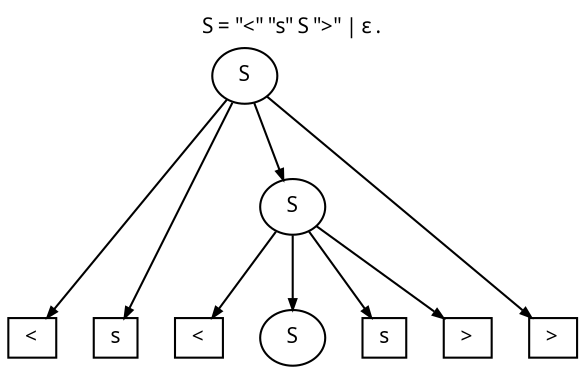
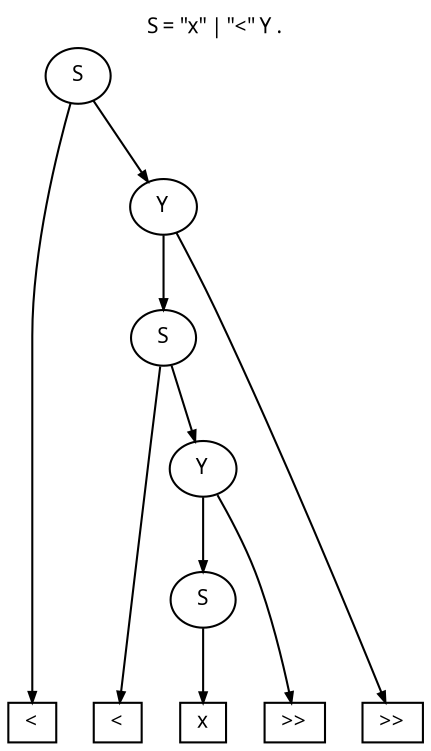
digraph Derivations {
  fontname = Menlo
  fontsize = 10
  node [fontname = Menlo, fontsize = 10]
  edge [arrowsize = 0.5]
  rankdir = TB
  ordering = out
  labelloc = t
-   label = <S = "&lt;" "s" S "&gt;" | ε .>
+   label = <S = "x" | "&lt;" Y .>
  n0 [shape = ellipse, width=0.0, height=0.0, label = <S>]
  n1 [shape = box, width=0.0, height=0.0, label = <&lt;>]
  n0 -> n1
-   n2 [shape = box, width=0.0, height=0.0, label = <s>]
-   n0 -> n2
+   n2 [shape = ellipse, width=0.0, height=0.0, label = <Y>]
  n3 [shape = ellipse, width=0.0, height=0.0, label = <S>]
  n4 [shape = box, width=0.0, height=0.0, label = <&lt;>]
  n3 -> n4
-   n5 [shape = box, width=0.0, height=0.0, label = <s>]
+   n5 [shape = ellipse, width=0.0, height=0.0, label = <Y>]
+   n6 [shape = ellipse, width=0.0, height=0.0, label = <S>]
+   n7 [shape = box, width=0.0, height=0.0, label = <x>]
+   n6 -> n7
+   n5 -> n6
+   n8 [shape = box, width=0.0, height=0.0, label = <&gt;&gt;>]
+   n5 -> n8
  n3 -> n5
-   n6 [shape = ellipse, width=0.0, height=0.0, label = <S>]
-   n3 -> n6
-   n7 [shape = box, width=0.0, height=0.0, label = <&gt;>]
-   n3 -> n7
-   n0 -> n3
-   n8 [shape = box, width=0.0, height=0.0, label = <&gt;>]
-   n0 -> n8
-   { rank = same; n1; n2; n4; n5; n7; n8 }
-   n1 -> n2 [style = invis]
-   n2 -> n4 [style = invis]
-   n4 -> n5 [style = invis]
-   n5 -> n7 [style = invis]
+   n2 -> n3
+   n9 [shape = box, width=0.0, height=0.0, label = <&gt;&gt;>]
+   n2 -> n9
+   n0 -> n2
+   { rank = same; n1; n4; n7; n8; n9 }
+   n1 -> n4 [style = invis]
+   n4 -> n7 [style = invis]
  n7 -> n8 [style = invis]
+   n8 -> n9 [style = invis]
}
